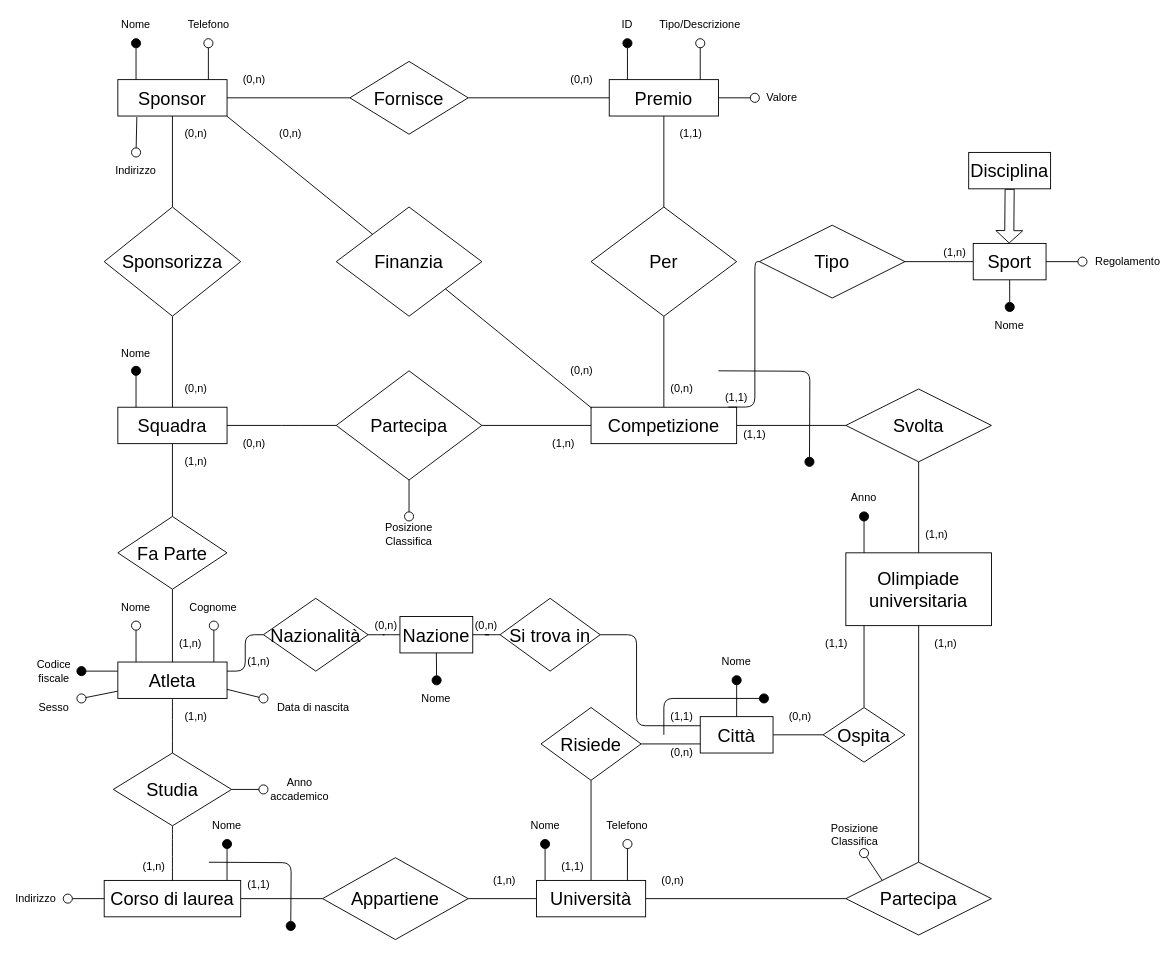
This is page "Schema E-R" (1 of 3) of Olimpiadi studentesche.drawio from giovannivelludo/database-project, a draw.io file, before an edit. Source tidied: cells renumbered, new cells numbered last; positions are measured from the earlier drawing's top-left corner, leaving out a move shared by most shapes. Both pictures are drawn from the tidied source at 91%, with x=0, y=0 at pixel (17, 15).
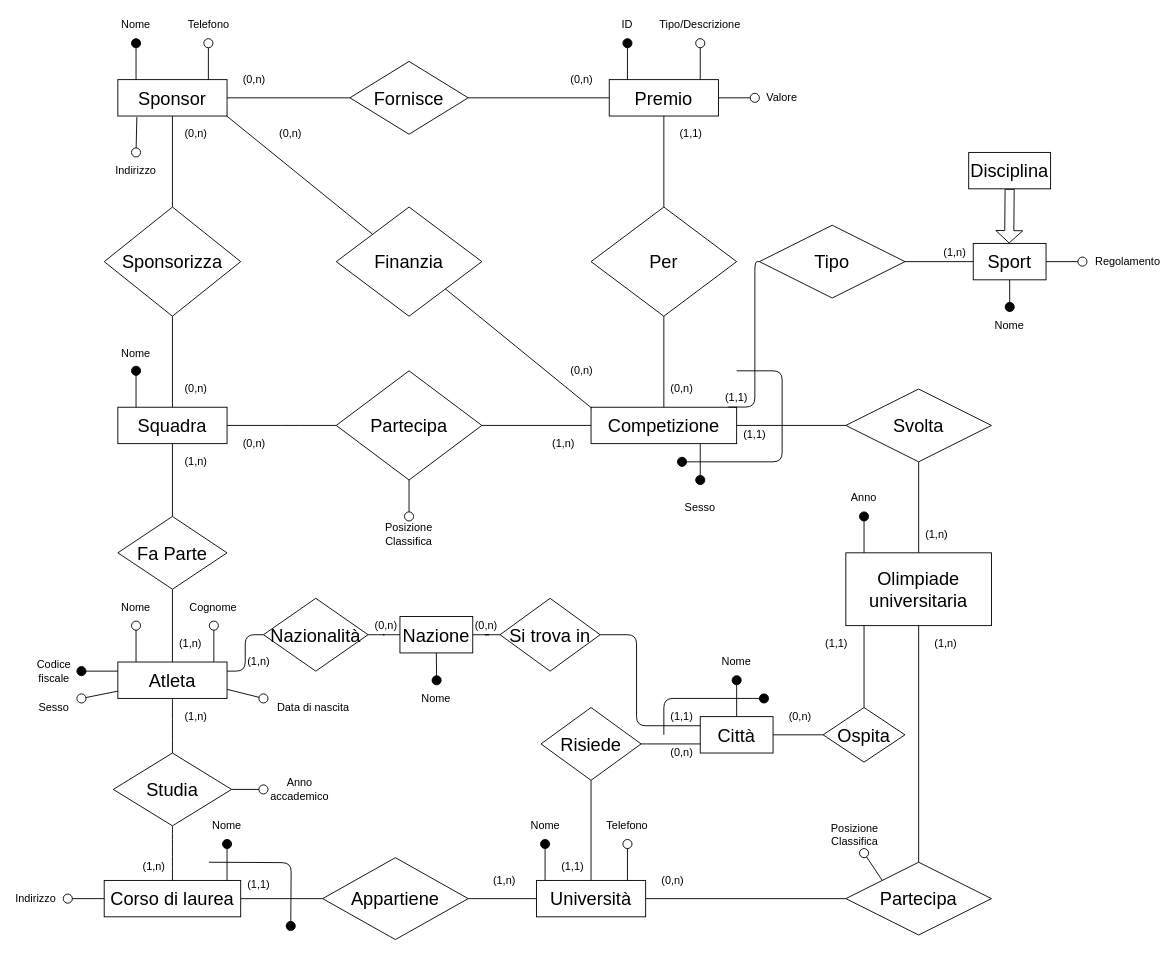
After the change.

Commit message (it also covers changes not shown here):
Aggiunto attributo chiave debole "Sesso" a Competizione

Unchanged cells that the change refers to:
```xml
<mxCell id="8" value="&lt;font style=&quot;font-size: 20px&quot;&gt;Competizione&lt;/font&gt;" style="rounded=0;whiteSpace=wrap;html=1;" parent="1" vertex="1">
  <mxGeometry x="630" y="430" width="160" height="40" as="geometry" />
</mxCell>
```

What changed in the source:
```diff
@@
+    <mxCell id="141" style="edgeStyle=orthogonalEdgeStyle;rounded=1;jettySize=auto;html=1;exitX=0.75;exitY=1;exitDx=0;exitDy=0;endArrow=oval;endFill=1;endSize=10;" parent="1" edge="1" source="8">
+      <mxGeometry relative="1" as="geometry">
+        <mxPoint x="750" y="510" as="targetPoint" />
+      </mxGeometry>
+    </mxCell>
@@
     <mxCell id="140" style="endArrow=oval;html=1;strokeColor=#000000;strokeWidth=1;edgeStyle=orthogonalEdgeStyle;endFill=1;endSize=10;" parent="1" edge="1">
       <mxGeometry relative="1" as="geometry">
-        <mxPoint x="770" y="390" as="sourcePoint" />
-        <mxPoint x="870" y="490" as="targetPoint" />
+        <mxPoint x="790" y="390" as="sourcePoint" />
+        <mxPoint x="730" y="490" as="targetPoint" />
+        <Array as="points">
+          <mxPoint x="840" y="390" />
+          <mxPoint x="840" y="490" />
+          <mxPoint x="730" y="490" />
+        </Array>
       </mxGeometry>
     </mxCell>
+    <mxCell id="142" value="Sesso" style="text;html=1;strokeColor=none;fillColor=none;align=center;verticalAlign=middle;whiteSpace=wrap;rounded=0;" parent="1" vertex="1">
+      <mxGeometry x="730" y="530" width="40" height="20" as="geometry" />
+    </mxCell>
```
